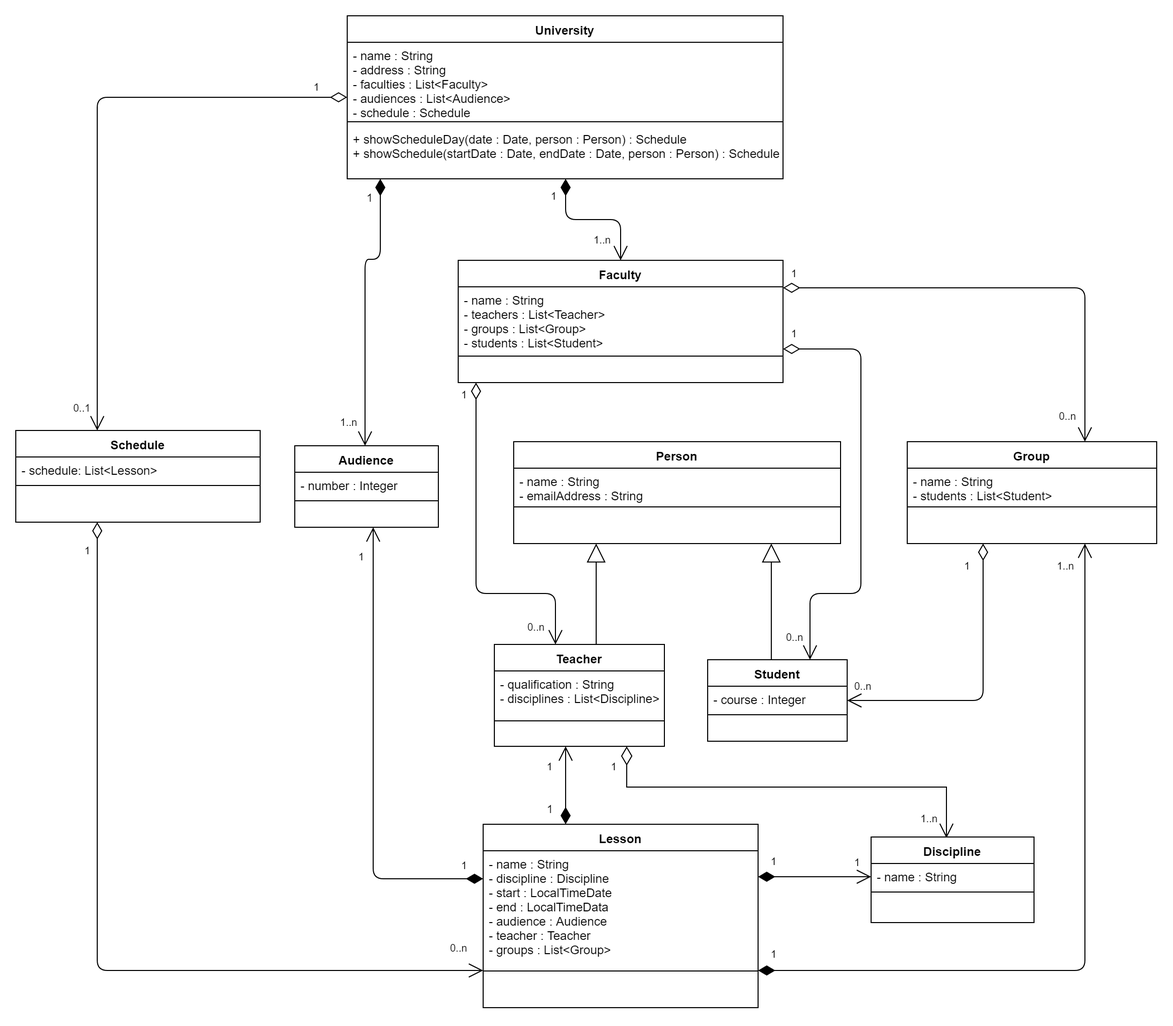
Before: UML/University.png, a diagram exported from draw.io (MaxValencio/university). Source tidied: cells renumbered, new cells last; positions are measured from the earlier drawing's top-left corner, leaving out a move shared by most shapes.
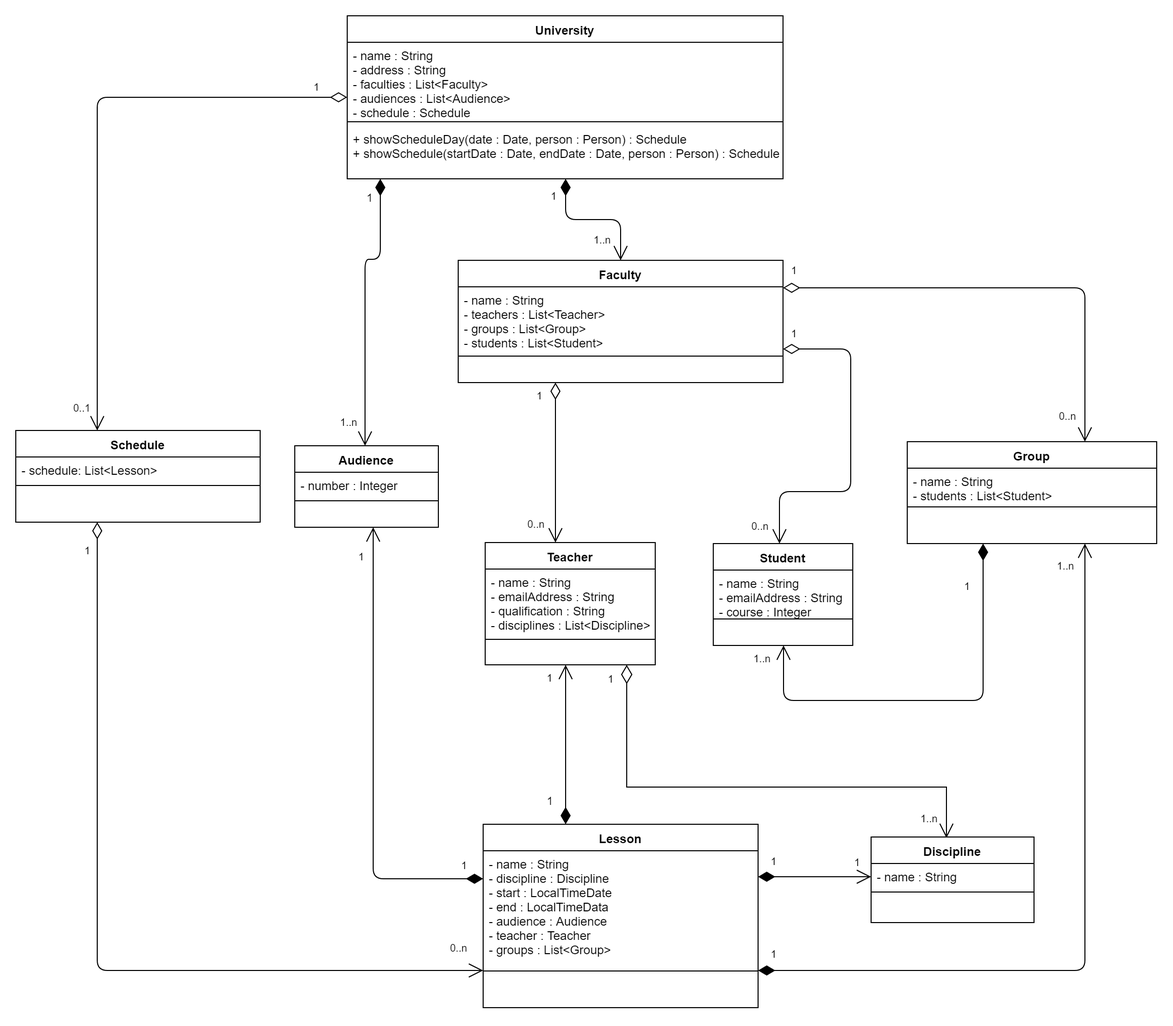
Later version of the same file.

Change to the diagram source:
```diff
@@ -71,57 +71,29 @@
       </mxGeometry>
     </mxCell>
     <mxCell id="23" value="Teacher" style="swimlane;fontStyle=1;align=center;verticalAlign=top;horizontal=1;startSize=26;" parent="1" vertex="1">
-      <mxGeometry x="470" y="617" width="167" height="100" as="geometry" />
+      <mxGeometry x="461" y="517" width="167" height="120" as="geometry" />
     </mxCell>
-    <mxCell id="24" value="- qualification : String&#10;- disciplines : List&lt;Discipline&gt;&#10;" style="text;strokeColor=none;fillColor=none;align=left;verticalAlign=top;spacingLeft=4;spacingRight=4;overflow=hidden;" parent="23" vertex="1">
-      <mxGeometry y="26" width="167" height="44" as="geometry" />
+    <mxCell id="24" value="- name : String&#10;- emailAddress : String&#10;- qualification : String&#10;- disciplines : List&lt;Discipline&gt;&#10;" style="text;strokeColor=none;fillColor=none;align=left;verticalAlign=top;spacingLeft=4;spacingRight=4;overflow=hidden;" parent="23" vertex="1">
+      <mxGeometry y="26" width="167" height="64" as="geometry" />
     </mxCell>
     <mxCell id="25" style="line;strokeWidth=1;fillColor=none;align=left;verticalAlign=middle;spacingTop=-1;spacingLeft=3;spacingRight=3;labelPosition=right;" parent="23" vertex="1">
-      <mxGeometry y="70" width="167" height="10" as="geometry" />
+      <mxGeometry y="90" width="167" height="10" as="geometry" />
     </mxCell>
     <mxCell id="26" value=" " style="text;strokeColor=none;fillColor=none;align=left;verticalAlign=top;spacingLeft=4;spacingRight=4;overflow=hidden;" parent="23" vertex="1">
-      <mxGeometry y="80" width="167" height="20" as="geometry" />
+      <mxGeometry y="100" width="167" height="20" as="geometry" />
     </mxCell>
     <mxCell id="27" value="Student" style="swimlane;fontStyle=1;align=center;verticalAlign=top;horizontal=1;startSize=26;" parent="1" vertex="1">
-      <mxGeometry x="679.5" y="632" width="137" height="80" as="geometry" />
+      <mxGeometry x="685" y="518" width="137" height="100" as="geometry" />
     </mxCell>
-    <mxCell id="28" value="- course : Integer" style="text;strokeColor=none;fillColor=none;align=left;verticalAlign=top;spacingLeft=4;spacingRight=4;overflow=hidden;" parent="27" vertex="1">
-      <mxGeometry y="26" width="137" height="24" as="geometry" />
+    <mxCell id="28" value="- name : String&#10;- emailAddress : String&#10;- course : Integer" style="text;strokeColor=none;fillColor=none;align=left;verticalAlign=top;spacingLeft=4;spacingRight=4;overflow=hidden;" parent="27" vertex="1">
+      <mxGeometry y="26" width="137" height="44" as="geometry" />
     </mxCell>
     <mxCell id="29" style="line;strokeWidth=1;fillColor=none;align=left;verticalAlign=middle;spacingTop=-1;spacingLeft=3;spacingRight=3;labelPosition=right;" parent="27" vertex="1">
-      <mxGeometry y="50" width="137" height="8" as="geometry" />
+      <mxGeometry y="70" width="137" height="8" as="geometry" />
     </mxCell>
     <mxCell id="30" value=" " style="text;strokeColor=none;fillColor=none;align=left;verticalAlign=top;spacingLeft=4;spacingRight=4;overflow=hidden;" parent="27" vertex="1">
-      <mxGeometry y="58" width="137" height="22" as="geometry" />
+      <mxGeometry y="78" width="137" height="22" as="geometry" />
     </mxCell>
-    <mxCell id="31" value="Person" style="swimlane;fontStyle=1;align=center;verticalAlign=top;horizontal=1;startSize=26;swimlaneLine=1;glass=0;comic=0;shadow=0;rounded=0;" parent="1" vertex="1">
-      <mxGeometry x="489" y="418" width="321" height="100" as="geometry" />
-    </mxCell>
-    <mxCell id="32" value="- name : String&#10;- emailAddress : String&#10;" style="text;strokeColor=none;fillColor=none;align=left;verticalAlign=top;spacingLeft=4;spacingRight=4;overflow=hidden;" parent="31" vertex="1">
-      <mxGeometry y="26" width="321" height="34" as="geometry" />
-    </mxCell>
-    <mxCell id="33" style="line;strokeWidth=1;fillColor=none;align=left;verticalAlign=middle;spacingTop=-1;spacingLeft=3;spacingRight=3;labelPosition=right;" parent="31" vertex="1">
-      <mxGeometry y="60" width="321" height="8" as="geometry" />
-    </mxCell>
-    <mxCell id="34" value=" &#10;" style="text;strokeColor=none;fillColor=none;align=left;verticalAlign=top;spacingLeft=4;spacingRight=4;overflow=hidden;shadow=1;" parent="31" vertex="1">
-      <mxGeometry y="68" width="321" height="32" as="geometry" />
-    </mxCell>
-    <mxCell id="35" style="endArrow=none;endSize=16;endFill=0;html=1;edgeStyle=orthogonalEdgeStyle;startArrow=block;startFill=0;targetPerimeterSpacing=0;startSize=16;" parent="1" edge="1" source="31" target="23">
-      <mxGeometry relative="1" as="geometry">
-        <Array as="points">
-          <mxPoint x="570" y="587" />
-          <mxPoint x="570" y="587" />
-        </Array>
-      </mxGeometry>
-    </mxCell>
-    <mxCell id="36" style="endArrow=none;endSize=16;endFill=0;html=1;edgeStyle=orthogonalEdgeStyle;startArrow=block;startFill=0;startSize=16;" parent="1" edge="1" source="31" target="27">
-      <mxGeometry relative="1" as="geometry">
-        <Array as="points">
-          <mxPoint x="742" y="587" />
-          <mxPoint x="742" y="587" />
-        </Array>
-      </mxGeometry>
-    </mxCell>
     <mxCell id="37" style="html=1;align=right;verticalAlign=bottom;labelBackgroundColor=#ffffff;fontSize=10;" parent="1" vertex="1">
       <mxGeometry x="1120.5" y="501.5" as="geometry" />
     </mxCell>
@@ -227,30 +199,30 @@
     </mxCell>
     <mxCell id="56" value="0..n" style="html=1;align=left;verticalAlign=top;labelBackgroundColor=#ffffff;fontSize=10;" parent="55" vertex="1">
       <mxGeometry x="-1" relative="1" as="geometry">
-        <mxPoint y="330" as="offset" />
+        <mxPoint x="-33.5" y="221" as="offset" />
       </mxGeometry>
     </mxCell>
     <mxCell id="57" value="1" style="html=1;align=right;verticalAlign=top;labelBackgroundColor=#ffffff;fontSize=10;" parent="55" vertex="1">
       <mxGeometry x="1" relative="1" as="geometry">
-        <mxPoint x="-520" y="305.5" as="offset" />
+        <mxPoint x="-520" y="218.5" as="offset" />
       </mxGeometry>
     </mxCell>
     <mxCell id="58" style="endArrow=open;html=1;endSize=12;startArrow=diamondThin;startSize=14;startFill=0;edgeStyle=orthogonalEdgeStyle;" parent="1" edge="1" source="2" target="23">
       <mxGeometry relative="1" as="geometry">
         <Array as="points">
-          <mxPoint x="452" y="567" />
-          <mxPoint x="530" y="567" />
+          <mxPoint x="530" y="417" />
+          <mxPoint x="530" y="417" />
         </Array>
       </mxGeometry>
     </mxCell>
     <mxCell id="59" value="0..n" style="html=1;align=left;verticalAlign=top;labelBackgroundColor=#ffffff;fontSize=10;" parent="58" vertex="1">
       <mxGeometry x="-1" relative="1" as="geometry">
-        <mxPoint x="48" y="227" as="offset" />
+        <mxPoint x="-30" y="126" as="offset" />
       </mxGeometry>
     </mxCell>
     <mxCell id="60" value="1" style="html=1;align=right;verticalAlign=top;labelBackgroundColor=#ffffff;fontSize=10;" parent="58" vertex="1">
       <mxGeometry x="1" relative="1" as="geometry">
-        <mxPoint x="-84" y="-258" as="offset" />
+        <mxPoint x="-10" y="-157" as="offset" />
       </mxGeometry>
     </mxCell>
     <mxCell id="61" style="endArrow=open;html=1;endSize=12;startArrow=diamondThin;startSize=14;startFill=1;edgeStyle=orthogonalEdgeStyle;entryX=0.5;entryY=0;entryDx=0;entryDy=0;" parent="1" edge="1" source="14" target="2">
@@ -266,7 +238,7 @@
         <mxPoint x="-60" y="-76" as="offset" />
       </mxGeometry>
     </mxCell>
-    <mxCell id="64" style="endArrow=open;html=1;endSize=12;startArrow=diamondThin;startSize=14;startFill=0;edgeStyle=orthogonalEdgeStyle;jumpStyle=arc;" parent="1" edge="1" source="10" target="27">
+    <mxCell id="64" style="endArrow=open;html=1;endSize=12;startArrow=diamondThin;startSize=14;startFill=1;edgeStyle=orthogonalEdgeStyle;jumpStyle=arc;" parent="1" edge="1" source="10" target="27">
       <mxGeometry relative="1" as="geometry">
         <Array as="points">
           <mxPoint x="950" y="672" />
@@ -280,7 +252,7 @@
     </mxCell>
     <mxCell id="66" value="1" style="html=1;align=right;verticalAlign=top;labelBackgroundColor=#ffffff;fontSize=10;" parent="64" vertex="1">
       <mxGeometry x="1" relative="1" as="geometry">
-        <mxPoint x="124" y="-145" as="offset" />
+        <mxPoint x="186" y="-71" as="offset" />
       </mxGeometry>
     </mxCell>
     <mxCell id="67" value="1" style="endArrow=open;html=1;endSize=12;startArrow=diamondThin;startSize=14;startFill=1;edgeStyle=orthogonalEdgeStyle;align=left;verticalAlign=bottom;" parent="1" edge="1" source="18" target="23">
@@ -294,20 +266,20 @@
     <mxCell id="68" style="endArrow=open;html=1;endSize=12;startArrow=diamondThin;startSize=14;startFill=0;edgeStyle=orthogonalEdgeStyle;" parent="1" edge="1" source="2" target="27">
       <mxGeometry relative="1" as="geometry">
         <Array as="points">
-          <mxPoint x="830" y="327" />
-          <mxPoint x="830" y="567" />
-          <mxPoint x="780" y="567" />
+          <mxPoint x="820" y="327" />
+          <mxPoint x="820" y="467" />
+          <mxPoint x="750" y="467" />
         </Array>
       </mxGeometry>
     </mxCell>
-    <mxCell id="69" value="0..n" style="html=1;align=left;verticalAlign=top;labelBackgroundColor=#ffffff;fontSize=10;" parent="68" vertex="1">
+    <mxCell id="69" value="1..n" style="html=1;align=left;verticalAlign=top;labelBackgroundColor=#ffffff;fontSize=10;" parent="68" vertex="1">
       <mxGeometry x="-1" relative="1" as="geometry">
-        <mxPoint x="67" y="318" as="offset" />
+        <mxPoint x="-31.5" y="291" as="offset" />
       </mxGeometry>
     </mxCell>
     <mxCell id="70" value="1" style="html=1;align=right;verticalAlign=top;labelBackgroundColor=#ffffff;fontSize=10;" parent="68" vertex="1">
       <mxGeometry x="1" relative="1" as="geometry">
-        <mxPoint x="-10" y="-392.5" as="offset" />
+        <mxPoint x="20" y="-281.5" as="offset" />
       </mxGeometry>
     </mxCell>
     <mxCell id="71" value="1" style="html=1;align=right;verticalAlign=top;labelBackgroundColor=#ffffff;fontSize=10;" parent="1" vertex="1">
@@ -354,7 +326,7 @@
     </mxCell>
     <mxCell id="81" value="1" style="html=1;align=right;verticalAlign=top;labelBackgroundColor=#ffffff;fontSize=10;" parent="1" vertex="1">
       <mxGeometry x="1" relative="1" as="geometry">
-        <mxPoint x="633" y="837" as="offset" />
+        <mxPoint x="630" y="751" as="offset" />
       </mxGeometry>
     </mxCell>
   </root>
```
